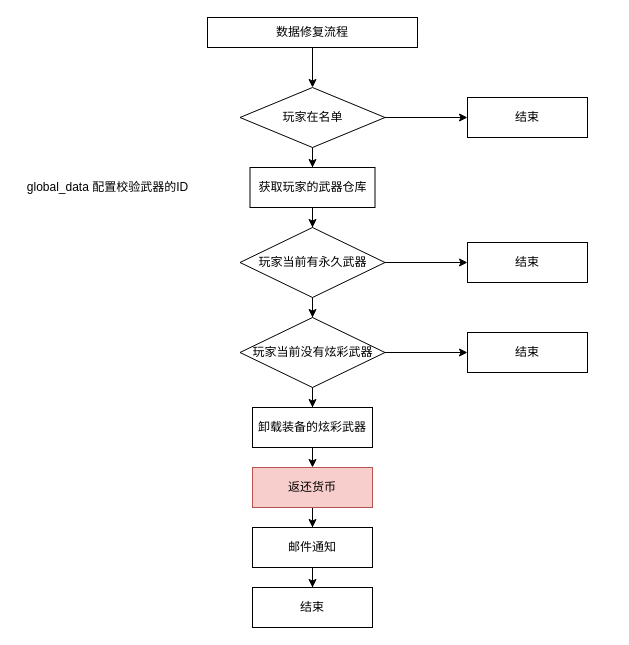
Ordertiny/graph keeps this draw.io diagram as SSJJ2/炫彩武器数据修复.drawio. Above is the earlier version. Source tidied: cells renumbered, new cells numbered last; positions are measured from the earlier drawing's top-left corner, leaving out a move shared by most shapes. Both pictures are drawn from the tidied source at 100%, with x=0, y=0 at pixel (17, 17).
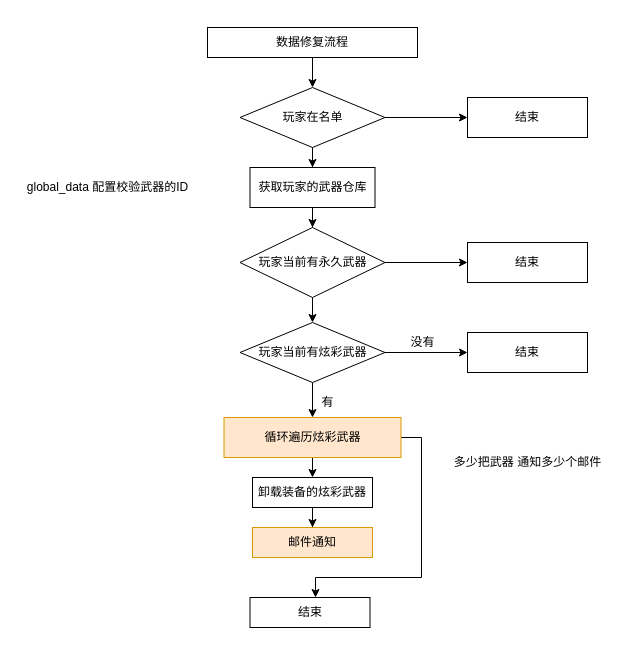
The same diagram, later.

Commit message:
更新炫彩武器数据修复.drawio

The edit, as a diff of the source:
```diff
@@
     <mxCell id="3" value="数据修复流程" style="rounded=0;whiteSpace=wrap;html=1;" parent="1" vertex="1">
-      <mxGeometry x="190" width="210" height="30" as="geometry" />
+      <mxGeometry x="190" y="10" width="210" height="30" as="geometry" />
     </mxCell>
@@
-    <mxCell id="15" style="edgeStyle=orthogonalEdgeStyle;rounded=0;jettySize=auto;html=1;exitX=0.5;exitY=1;exitDx=0;exitDy=0;" parent="1" edge="1" source="17" target="20">
-      <mxGeometry relative="1" as="geometry" />
-    </mxCell>
@@
+    <mxCell id="26" style="edgeStyle=orthogonalEdgeStyle;rounded=0;jettySize=auto;html=1;exitX=0.5;exitY=1;exitDx=0;exitDy=0;entryX=0.5;entryY=0;entryDx=0;entryDy=0;" parent="1" edge="1" source="17" target="30">
+      <mxGeometry relative="1" as="geometry" />
+    </mxCell>
-    <mxCell id="17" value="玩家当前没有炫彩武器" style="rhombus;whiteSpace=wrap;html=1;" parent="1" vertex="1">
-      <mxGeometry x="222.5" y="300" width="145" height="70" as="geometry" />
+    <mxCell id="17" value="玩家当前有炫彩武器" style="rhombus;whiteSpace=wrap;html=1;" parent="1" vertex="1">
+      <mxGeometry x="222.5" y="305" width="145" height="60" as="geometry" />
     </mxCell>
@@
-    <mxCell id="19" style="edgeStyle=orthogonalEdgeStyle;rounded=0;jettySize=auto;html=1;exitX=0.5;exitY=1;exitDx=0;exitDy=0;entryX=0.5;entryY=0;entryDx=0;entryDy=0;" parent="1" edge="1" source="20" target="22">
-      <mxGeometry relative="1" as="geometry" />
-    </mxCell>
+    <mxCell id="27" style="edgeStyle=orthogonalEdgeStyle;rounded=0;jettySize=auto;html=1;exitX=0.5;exitY=1;exitDx=0;exitDy=0;" parent="1" edge="1" source="20" target="24">
+      <mxGeometry relative="1" as="geometry" />
+    </mxCell>
     <mxCell id="20" value="卸载装备的炫彩武器" style="rounded=0;whiteSpace=wrap;html=1;" parent="1" vertex="1">
-      <mxGeometry x="235" y="390" width="120" height="40" as="geometry" />
+      <mxGeometry x="235" y="460" width="120" height="30" as="geometry" />
     </mxCell>
-    <mxCell id="21" style="edgeStyle=orthogonalEdgeStyle;rounded=0;jettySize=auto;html=1;exitX=0.5;exitY=1;exitDx=0;exitDy=0;" parent="1" edge="1" source="22" target="24">
-      <mxGeometry relative="1" as="geometry" />
-    </mxCell>
-    <mxCell id="22" value="返还货币" style="rounded=0;whiteSpace=wrap;html=1;fillColor=#f8cecc;strokeColor=#b85450;" parent="1" vertex="1">
-      <mxGeometry x="235" y="450" width="120" height="40" as="geometry" />
-    </mxCell>
-    <mxCell id="23" style="edgeStyle=orthogonalEdgeStyle;rounded=0;jettySize=auto;html=1;exitX=0.5;exitY=1;exitDx=0;exitDy=0;" parent="1" edge="1" source="24" target="25">
-      <mxGeometry relative="1" as="geometry" />
-    </mxCell>
-    <mxCell id="24" value="邮件通知" style="rounded=0;whiteSpace=wrap;html=1;" parent="1" vertex="1">
-      <mxGeometry x="235" y="510" width="120" height="40" as="geometry" />
+    <mxCell id="24" value="邮件通知" style="rounded=0;whiteSpace=wrap;html=1;fillColor=#ffe6cc;strokeColor=#d79b00;" parent="1" vertex="1">
+      <mxGeometry x="235" y="510" width="120" height="30" as="geometry" />
     </mxCell>
+    <mxCell id="28" style="edgeStyle=orthogonalEdgeStyle;rounded=0;jettySize=auto;html=1;exitX=0.5;exitY=1;exitDx=0;exitDy=0;entryX=0.5;entryY=0;entryDx=0;entryDy=0;" parent="1" edge="1" source="30" target="20">
+      <mxGeometry relative="1" as="geometry" />
+    </mxCell>
+    <mxCell id="29" style="edgeStyle=orthogonalEdgeStyle;rounded=0;jettySize=auto;html=1;exitX=1;exitY=0.5;exitDx=0;exitDy=0;" parent="1" edge="1" source="30" target="25">
+      <mxGeometry relative="1" as="geometry">
+        <Array as="points">
+          <mxPoint x="404" y="420" />
+          <mxPoint x="404" y="560" />
+          <mxPoint x="298" y="560" />
+        </Array>
+      </mxGeometry>
+    </mxCell>
+    <mxCell id="30" value="循环遍历炫彩武器" style="rounded=0;whiteSpace=wrap;html=1;fillColor=#ffe6cc;strokeColor=#d79b00;" parent="1" vertex="1">
+      <mxGeometry x="206.5" y="400" width="177" height="40" as="geometry" />
+    </mxCell>
+    <mxCell id="31" value="没有" style="text;html=1;align=center;verticalAlign=middle;strokeColor=none;fillColor=none;" parent="1" vertex="1">
+      <mxGeometry x="380" y="310" width="50" height="30" as="geometry" />
+    </mxCell>
+    <mxCell id="32" value="有" style="text;html=1;align=center;verticalAlign=middle;strokeColor=none;fillColor=none;" parent="1" vertex="1">
+      <mxGeometry x="290" y="370" width="40" height="30" as="geometry" />
+    </mxCell>
     <mxCell id="25" value="结束" style="rounded=0;whiteSpace=wrap;html=1;" parent="1" vertex="1">
-      <mxGeometry x="235" y="570" width="120" height="40" as="geometry" />
+      <mxGeometry x="232.5" y="580" width="120" height="30" as="geometry" />
     </mxCell>
+    <mxCell id="33" value="多少把武器 通知多少个邮件" style="text;html=1;align=center;verticalAlign=middle;strokeColor=none;fillColor=none;" parent="1" vertex="1">
+      <mxGeometry x="425" y="430" width="170" height="30" as="geometry" />
+    </mxCell>
```
